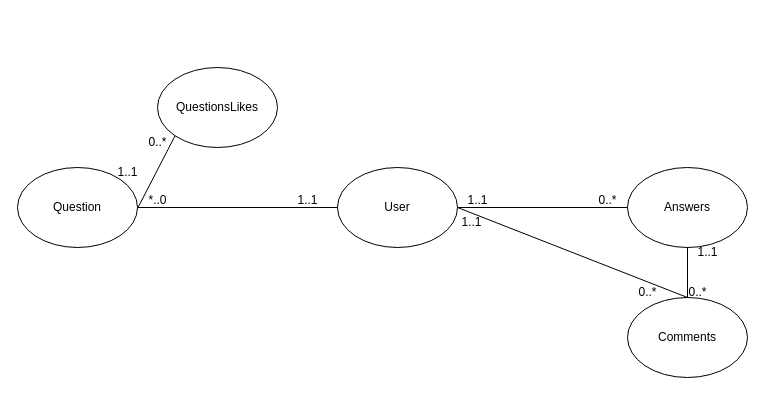
This is ERD_try2.drawio from shubham0820/stuff-over-flow, a draw.io file, before an edit. Source tidied: cells renumbered, new cells numbered last; positions are measured from the earlier drawing's top-left corner, leaving out a move shared by most shapes. Both pictures are drawn from the tidied source at 100%, with x=0, y=0 at pixel (17, 67).
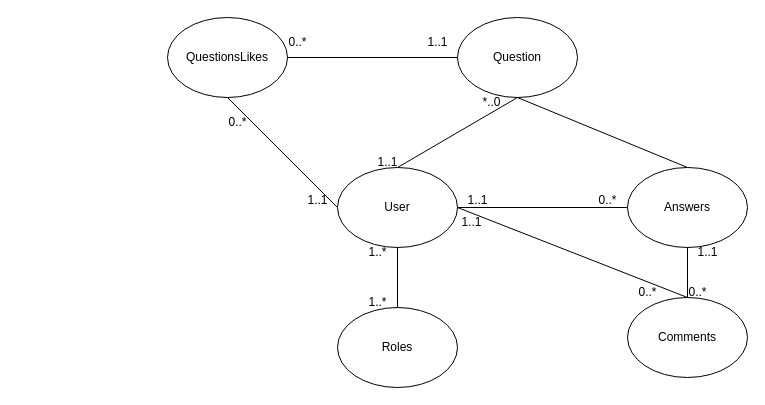
The same diagram, later.

Commit message (it also covers changes not shown here):
[Role]: relationship mapping & register User using roles

Unchanged cells that the change refers to:
```xml
<mxCell id="2" value="User" style="ellipse;whiteSpace=wrap;html=1;" parent="1" vertex="1">
  <mxGeometry x="320" y="100" width="120" height="80" as="geometry" />
</mxCell>
<mxCell id="5" value="Answers" style="ellipse;whiteSpace=wrap;html=1;" parent="1" vertex="1">
  <mxGeometry x="610" y="100" width="120" height="80" as="geometry" />
</mxCell>
```

Diff of the diagram source:
```diff
@@
     <mxCell id="4" value="Question" style="ellipse;whiteSpace=wrap;html=1;" parent="1" vertex="1">
-      <mxGeometry y="100" width="120" height="80" as="geometry" />
+      <mxGeometry x="440" y="-50" width="120" height="80" as="geometry" />
     </mxCell>
@@
-    <mxCell id="6" style="endArrow=none;html=1;rounded=0;entryX=1;entryY=0.5;entryDx=0;entryDy=0;exitX=0;exitY=0.5;exitDx=0;exitDy=0;" parent="1" edge="1" source="2" target="4">
-      <mxGeometry relative="1" as="geometry" />
+    <mxCell id="6" style="endArrow=none;html=1;rounded=0;" parent="1" edge="1">
+      <mxGeometry relative="1" as="geometry">
+        <mxPoint x="380" y="100" as="sourcePoint" />
+        <mxPoint x="500" y="30" as="targetPoint" />
+      </mxGeometry>
     </mxCell>
@@
     <mxCell id="11" value="1..1" style="text;html=1;align=center;verticalAlign=middle;strokeColor=none;fillColor=none;" parent="1" vertex="1">
-      <mxGeometry x="270" y="118" width="40" height="30" as="geometry" />
+      <mxGeometry x="350" y="80" width="40" height="30" as="geometry" />
     </mxCell>
     <mxCell id="12" value="*..0" style="text;html=1;align=center;verticalAlign=middle;points=[];strokeColor=none;fillColor=none;" parent="1" vertex="1">
-      <mxGeometry x="120" y="118" width="40" height="30" as="geometry" />
+      <mxGeometry x="454" y="20" width="40" height="30" as="geometry" />
     </mxCell>
@@
     <mxCell id="19" value="QuestionsLikes" style="ellipse;whiteSpace=wrap;html=1;" parent="1" vertex="1">
-      <mxGeometry x="140" width="120" height="80" as="geometry" />
+      <mxGeometry x="150" y="-50" width="120" height="80" as="geometry" />
     </mxCell>
-    <mxCell id="20" style="endArrow=none;html=1;rounded=0;entryX=0.013;entryY=0.733;entryDx=0;entryDy=0;exitX=0;exitY=1;exitDx=0;exitDy=0;entryPerimeter=0;" parent="1" edge="1" source="19" target="12">
-      <mxGeometry relative="1" as="geometry" />
-    </mxCell>
     <mxCell id="21" value="0..*" style="text;html=1;align=center;verticalAlign=middle;strokeColor=none;fillColor=none;" parent="1" vertex="1">
-      <mxGeometry x="120" y="60" width="40" height="30" as="geometry" />
+      <mxGeometry x="200" y="40" width="40" height="30" as="geometry" />
     </mxCell>
     <mxCell id="22" value="1..1" style="text;html=1;align=center;verticalAlign=middle;strokeColor=none;fillColor=none;" parent="1" vertex="1">
-      <mxGeometry x="90" y="90" width="40" height="30" as="geometry" />
+      <mxGeometry x="280" y="118" width="40" height="30" as="geometry" />
     </mxCell>
+    <mxCell id="23" style="endArrow=none;html=1;rounded=0;exitX=0.5;exitY=0;exitDx=0;exitDy=0;" parent="1" edge="1" source="5">
+      <mxGeometry relative="1" as="geometry">
+        <mxPoint x="500" y="30" as="targetPoint" />
+      </mxGeometry>
+    </mxCell>
+    <mxCell id="24" value="1..1" style="text;html=1;align=center;verticalAlign=middle;strokeColor=none;fillColor=none;" parent="1" vertex="1">
+      <mxGeometry x="400" y="-40" width="40" height="30" as="geometry" />
+    </mxCell>
+    <mxCell id="25" value="0..*" style="text;html=1;align=center;verticalAlign=middle;strokeColor=none;fillColor=none;" parent="1" vertex="1">
+      <mxGeometry x="260" y="-40" width="40" height="30" as="geometry" />
+    </mxCell>
+    <mxCell id="26" style="endArrow=none;html=1;rounded=0;exitX=0;exitY=0.5;exitDx=0;exitDy=0;entryX=0.5;entryY=1;entryDx=0;entryDy=0;" parent="1" edge="1" source="2" target="19">
+      <mxGeometry relative="1" as="geometry" />
+    </mxCell>
+    <mxCell id="27" style="endArrow=none;html=1;rounded=0;exitX=1;exitY=0.5;exitDx=0;exitDy=0;entryX=0;entryY=0.5;entryDx=0;entryDy=0;" parent="1" edge="1" source="19" target="4">
+      <mxGeometry relative="1" as="geometry" />
+    </mxCell>
+    <mxCell id="28" value="Roles" style="ellipse;whiteSpace=wrap;html=1;" parent="1" vertex="1">
+      <mxGeometry x="320" y="240" width="120" height="80" as="geometry" />
+    </mxCell>
+    <mxCell id="29" style="endArrow=none;html=1;rounded=0;exitX=0.5;exitY=1;exitDx=0;exitDy=0;entryX=0.5;entryY=0;entryDx=0;entryDy=0;" parent="1" edge="1" source="2" target="28">
+      <mxGeometry relative="1" as="geometry" />
+    </mxCell>
+    <mxCell id="30" value="1..*" style="text;html=1;align=center;verticalAlign=middle;strokeColor=none;fillColor=none;" parent="1" vertex="1">
+      <mxGeometry x="340" y="170" width="40" height="30" as="geometry" />
+    </mxCell>
+    <mxCell id="31" value="1..*" style="text;html=1;align=center;verticalAlign=middle;strokeColor=none;fillColor=none;" parent="1" vertex="1">
+      <mxGeometry x="340" y="220" width="40" height="30" as="geometry" />
+    </mxCell>
```
